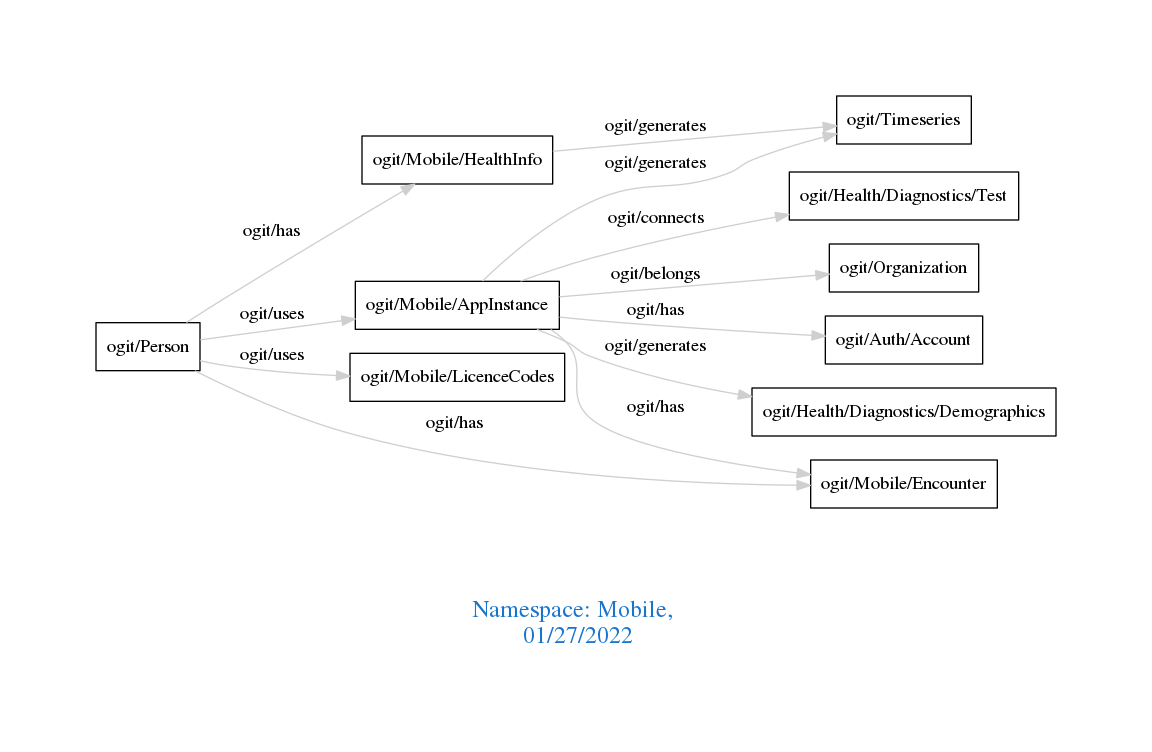
This is downloads/Mobile.png from arago/OGIT, a Graphviz export, as it was before one commit. Its source is kept beside it as downloads/Mobile.dot.
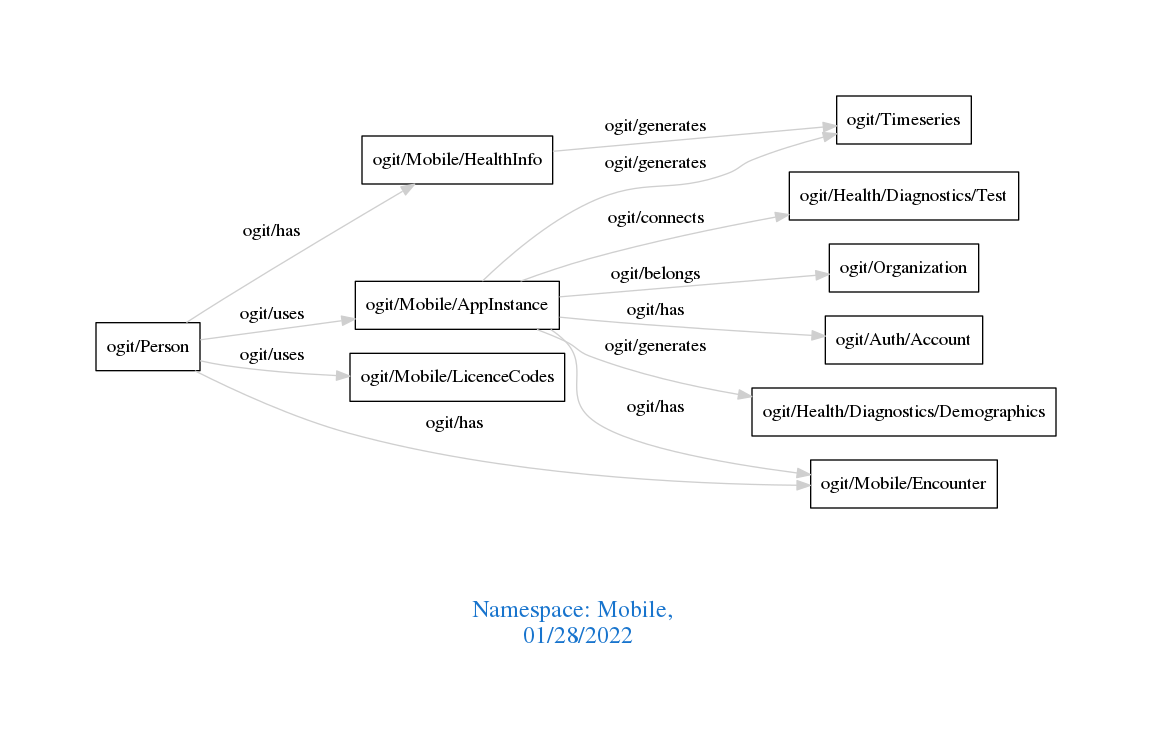
After the commit.

What changed in the source:
```diff
@@ -1,7 +1,7 @@
 digraph OGIT_ontology {
  graph [ rankdir= LR,pad=1
 fontsize = 18,
-fontcolor= dodgerblue3,label = "\n\n\nNamespace: Mobile, \n 01/27/2022"];
+fontcolor= dodgerblue3,label = "\n\n\nNamespace: Mobile, \n 01/28/2022"];
 node[shape=polygon];
 edge [  color="gray81"];
 
```
